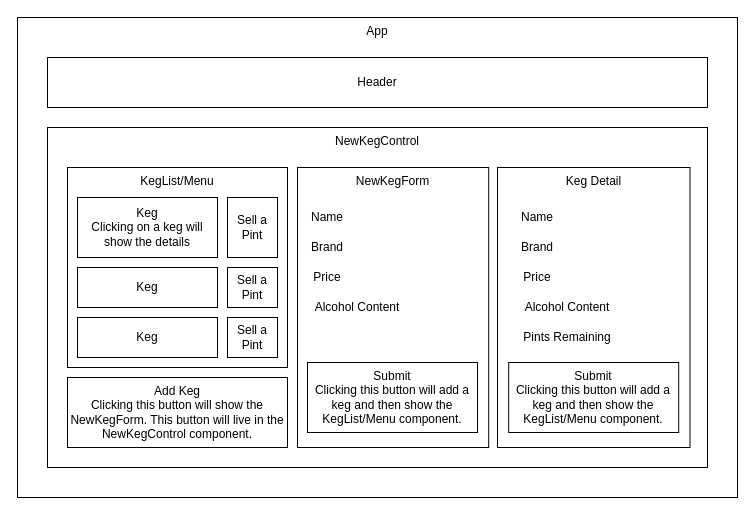
Above: Untitled Diagram.drawio in CristinaPlesa/Tap-Room-Redux (draw.io), before the change. Source tidied: cells renumbered, new cells numbered last; positions are measured from the earlier drawing's top-left corner, leaving out a move shared by most shapes. Both pictures are drawn from the tidied source at 100%, with x=0, y=0 at pixel (17, 17).
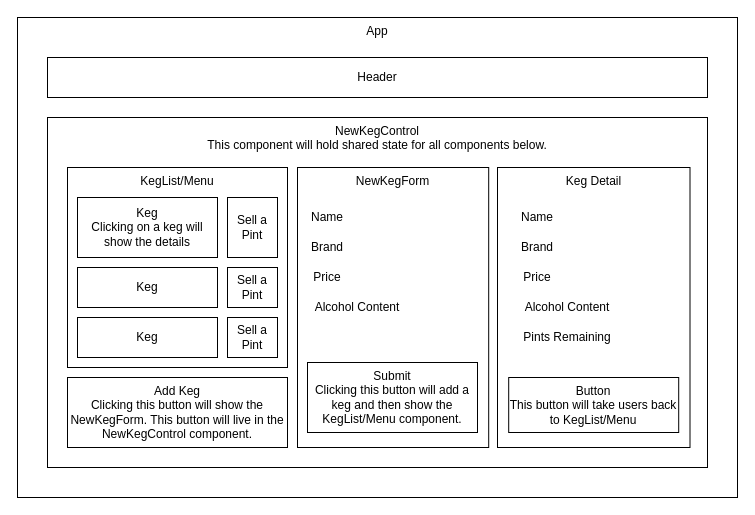
The same diagram, later.

Commit message:
Update Detail button

Diff of the diagram source:
```diff
@@
     <mxCell id="3" value="Header" style="rounded=0;whiteSpace=wrap;html=1;verticalAlign=middle;" parent="1" vertex="1">
-      <mxGeometry x="30" y="40" width="660" height="50" as="geometry" />
+      <mxGeometry x="30" y="40" width="660" height="40" as="geometry" />
     </mxCell>
-    <mxCell id="4" value="NewKegControl" style="rounded=0;whiteSpace=wrap;html=1;verticalAlign=top;" parent="1" vertex="1">
-      <mxGeometry x="30" y="110" width="660" height="340" as="geometry" />
+    <mxCell id="4" value="NewKegControl&lt;br&gt;This component will hold shared state for all components below." style="rounded=0;whiteSpace=wrap;html=1;verticalAlign=top;" parent="1" vertex="1">
+      <mxGeometry x="30" y="100" width="660" height="350" as="geometry" />
     </mxCell>
@@
-    <mxCell id="17" value="Submit&lt;br&gt;Clicking this button will add a keg and then show the KegList/Menu component." style="rounded=0;whiteSpace=wrap;html=1;verticalAlign=middle;" parent="1" vertex="1">
-      <mxGeometry x="491.2" y="345" width="170" height="70" as="geometry" />
+    <mxCell id="17" value="Button&lt;br&gt;This button will take users back to KegList/Menu" style="rounded=0;whiteSpace=wrap;html=1;verticalAlign=middle;" parent="1" vertex="1">
+      <mxGeometry x="491.2" y="360" width="170" height="55" as="geometry" />
     </mxCell>
```
